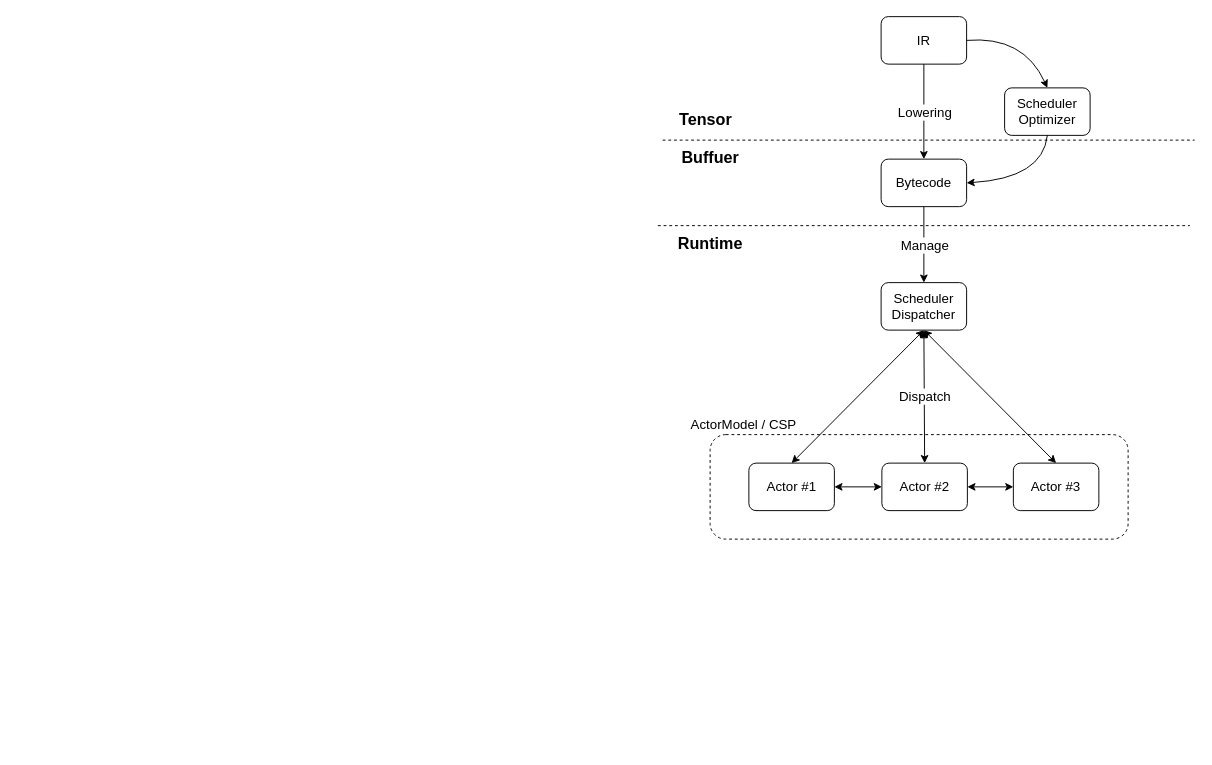
Above: page "flow" (1 of 2) of ir_bytecode_runtime.drawio in Tianyu9748/hello-world (draw.io), before the change. Source tidied: cells renumbered, new cells numbered last; positions are measured from the earlier drawing's top-left corner, leaving out a move shared by most shapes. Both pictures are drawn from the tidied source at 95%, with x=0, y=0 at pixel (657, 16).
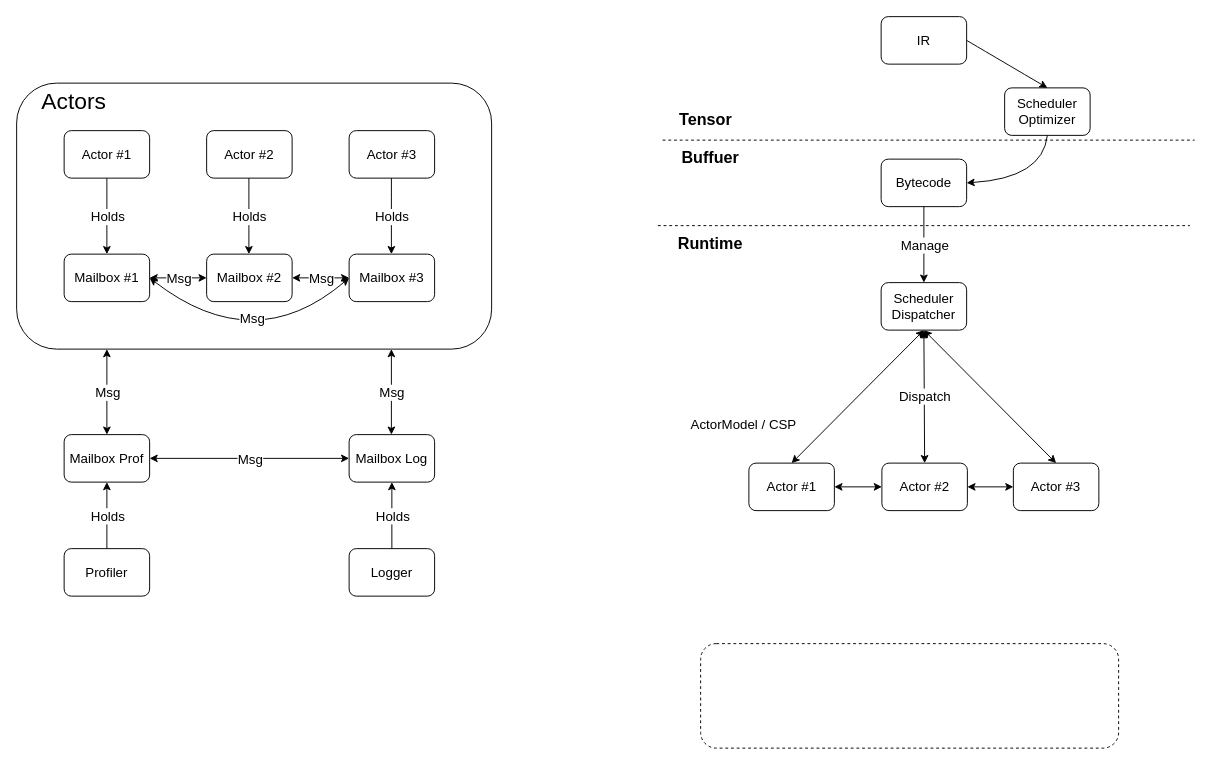
After the change.

The change refers to these unchanged cells:
```xml
<mxCell id="2" value="&lt;font style=&quot;font-size: 14px;&quot;&gt;IR&lt;/font&gt;" style="rounded=1;whiteSpace=wrap;html=1;" parent="1" vertex="1">
  <mxGeometry x="235" width="90" height="50" as="geometry" />
</mxCell>
<mxCell id="3" value="&lt;font style=&quot;font-size: 14px;&quot;&gt;Bytecode&lt;/font&gt;" style="rounded=1;whiteSpace=wrap;html=1;" parent="1" vertex="1">
  <mxGeometry x="235" y="150" width="90" height="50" as="geometry" />
</mxCell>
<mxCell id="16" value="&lt;font style=&quot;font-size: 14px;&quot;&gt;Scheduler&lt;br&gt;Optimizer&lt;/font&gt;" style="rounded=1;whiteSpace=wrap;html=1;" parent="1" vertex="1">
  <mxGeometry x="365" y="75" width="90" height="50" as="geometry" />
</mxCell>
```

The edit, as a diff of the source:
```diff
@@
+    <mxCell id="28" style="rounded=1;whiteSpace=wrap;html=1;fillColor=#FFFFFF;" parent="1" vertex="1">
+      <mxGeometry x="-675" y="70" width="500" height="280" as="geometry" />
+    </mxCell>
@@
     <mxCell id="17" style="curved=1;endArrow=classic;html=1;rounded=0;labelBorderColor=none;fontSize=16;fontColor=#99FFCC;exitX=1;exitY=0.5;exitDx=0;exitDy=0;entryX=0.5;entryY=0;entryDx=0;entryDy=0;" parent="1" edge="1" source="2" target="16">
-      <mxGeometry relative="1" as="geometry">
-        <Array as="points">
-          <mxPoint x="385" y="20" />
-        </Array>
-      </mxGeometry>
+      <mxGeometry relative="1" as="geometry" />
     </mxCell>
-    <mxCell id="18" style="endArrow=classic;rounded=0;fontSize=16;exitX=0.5;exitY=1;exitDx=0;exitDy=0;labelBorderColor=none;html=1;verticalAlign=middle;startArrow=none;startFill=0;" parent="1" edge="1" source="2" target="3">
-      <mxGeometry relative="1" as="geometry" />
+    <mxCell id="18" style="endArrow=classic;rounded=0;fontSize=16;labelBorderColor=none;html=1;verticalAlign=middle;startArrow=none;startFill=0;exitX=0.5;exitY=1;exitDx=0;exitDy=0;entryX=0.5;entryY=0;entryDx=0;entryDy=0;" parent="1" edge="1" source="29" target="32">
+      <mxGeometry relative="1" as="geometry">
+        <Array as="points">
+          <mxPoint x="-580" y="190" />
+        </Array>
+      </mxGeometry>
     </mxCell>
-    <mxCell id="19" value="Lowering" style="edgeLabel;html=1;align=center;verticalAlign=middle;fontSize=14;" parent="18" vertex="1">
+    <mxCell id="19" value="Holds" style="edgeLabel;html=1;align=center;verticalAlign=middle;fontSize=14;" parent="18" vertex="1">
       <mxGeometry relative="1" as="geometry" />
     </mxCell>
@@
     <mxCell id="23" style="rounded=1;whiteSpace=wrap;html=1;fontSize=14;fontColor=#99FFCC;fillColor=none;dashed=1;shadow=0;sketch=0;glass=0;" parent="1" vertex="1">
-      <mxGeometry x="55" y="440" width="440" height="110" as="geometry" />
+      <mxGeometry x="45" y="660" width="440" height="110" as="geometry" />
     </mxCell>
@@
+    <mxCell id="29" value="&lt;font style=&quot;font-size: 14px;&quot;&gt;Actor #1&lt;/font&gt;" style="rounded=1;whiteSpace=wrap;html=1;" parent="1" vertex="1">
+      <mxGeometry x="-625" y="120" width="90" height="50" as="geometry" />
+    </mxCell>
+    <mxCell id="30" value="&lt;font style=&quot;font-size: 14px;&quot;&gt;Actor #2&lt;/font&gt;" style="rounded=1;whiteSpace=wrap;html=1;" parent="1" vertex="1">
+      <mxGeometry x="-475" y="120" width="90" height="50" as="geometry" />
+    </mxCell>
+    <mxCell id="31" value="&lt;font style=&quot;font-size: 14px;&quot;&gt;Actor #3&lt;/font&gt;" style="rounded=1;whiteSpace=wrap;html=1;" parent="1" vertex="1">
+      <mxGeometry x="-325" y="120" width="90" height="50" as="geometry" />
+    </mxCell>
+    <mxCell id="32" value="&lt;font style=&quot;font-size: 14px;&quot;&gt;Mailbox #1&lt;/font&gt;" style="rounded=1;whiteSpace=wrap;html=1;" parent="1" vertex="1">
+      <mxGeometry x="-625" y="250" width="90" height="50" as="geometry" />
+    </mxCell>
+    <mxCell id="33" value="&lt;font style=&quot;font-size: 14px;&quot;&gt;Mailbox #2&lt;/font&gt;" style="rounded=1;whiteSpace=wrap;html=1;" parent="1" vertex="1">
+      <mxGeometry x="-475" y="250" width="90" height="50" as="geometry" />
+    </mxCell>
+    <mxCell id="34" value="&lt;font style=&quot;font-size: 14px;&quot;&gt;Mailbox #3&lt;/font&gt;" style="rounded=1;whiteSpace=wrap;html=1;" parent="1" vertex="1">
+      <mxGeometry x="-325" y="250" width="90" height="50" as="geometry" />
+    </mxCell>
+    <mxCell id="35" style="endArrow=classic;rounded=0;fontSize=16;labelBorderColor=none;html=1;verticalAlign=middle;startArrow=none;startFill=0;exitX=0.5;exitY=1;exitDx=0;exitDy=0;entryX=0.5;entryY=0;entryDx=0;entryDy=0;" parent="1" edge="1">
+      <mxGeometry relative="1" as="geometry">
+        <mxPoint x="-430.5" y="170" as="sourcePoint" />
+        <mxPoint x="-430.5" y="250" as="targetPoint" />
+        <Array as="points">
+          <mxPoint x="-430.5" y="190" />
+        </Array>
+      </mxGeometry>
+    </mxCell>
+    <mxCell id="36" value="Holds" style="edgeLabel;html=1;align=center;verticalAlign=middle;fontSize=14;" parent="35" vertex="1">
+      <mxGeometry relative="1" as="geometry" />
+    </mxCell>
+    <mxCell id="37" style="endArrow=classic;rounded=0;fontSize=16;labelBorderColor=none;html=1;verticalAlign=middle;startArrow=none;startFill=0;exitX=0.5;exitY=1;exitDx=0;exitDy=0;entryX=0.5;entryY=0;entryDx=0;entryDy=0;" parent="1" edge="1">
+      <mxGeometry relative="1" as="geometry">
+        <mxPoint x="-280.5" y="170" as="sourcePoint" />
+        <mxPoint x="-280.5" y="250" as="targetPoint" />
+        <Array as="points">
+          <mxPoint x="-280.5" y="190" />
+        </Array>
+      </mxGeometry>
+    </mxCell>
+    <mxCell id="38" value="Holds" style="edgeLabel;html=1;align=center;verticalAlign=middle;fontSize=14;" parent="37" vertex="1">
+      <mxGeometry relative="1" as="geometry" />
+    </mxCell>
+    <mxCell id="39" style="endArrow=classic;rounded=0;fontSize=16;labelBorderColor=none;html=1;verticalAlign=middle;startArrow=classic;startFill=1;exitX=0;exitY=0.5;exitDx=0;exitDy=0;entryX=1;entryY=0.5;entryDx=0;entryDy=0;" parent="1" edge="1" source="33" target="32">
+      <mxGeometry relative="1" as="geometry" />
+    </mxCell>
+    <mxCell id="40" value="Msg" style="edgeLabel;html=1;align=center;verticalAlign=middle;fontSize=14;" parent="39" vertex="1">
+      <mxGeometry relative="1" as="geometry" />
+    </mxCell>
+    <mxCell id="41" style="endArrow=classic;rounded=0;fontSize=16;labelBorderColor=none;html=1;verticalAlign=middle;startArrow=classic;startFill=1;exitX=0;exitY=0.5;exitDx=0;exitDy=0;entryX=1;entryY=0.5;entryDx=0;entryDy=0;" parent="1" edge="1" source="34" target="33">
+      <mxGeometry relative="1" as="geometry" />
+    </mxCell>
+    <mxCell id="42" value="Msg" style="edgeLabel;html=1;align=center;verticalAlign=middle;fontSize=14;" parent="41" vertex="1">
+      <mxGeometry relative="1" as="geometry" />
+    </mxCell>
+    <mxCell id="43" style="endArrow=classic;fontSize=16;labelBorderColor=none;html=1;verticalAlign=middle;startArrow=classic;startFill=1;entryX=1;entryY=0.5;entryDx=0;entryDy=0;curved=1;exitX=0;exitY=0.5;exitDx=0;exitDy=0;" parent="1" edge="1" source="34" target="32">
+      <mxGeometry relative="1" as="geometry">
+        <Array as="points">
+          <mxPoint x="-425" y="360" />
+        </Array>
+      </mxGeometry>
+    </mxCell>
+    <mxCell id="44" value="&lt;font style=&quot;font-size: 14px;&quot;&gt;Profiler&lt;/font&gt;" style="rounded=1;whiteSpace=wrap;html=1;" parent="1" vertex="1">
+      <mxGeometry x="-625" y="560" width="90" height="50" as="geometry" />
+    </mxCell>
+    <mxCell id="45" value="&lt;font style=&quot;font-size: 14px;&quot;&gt;Mailbox Prof&lt;/font&gt;" style="rounded=1;whiteSpace=wrap;html=1;" parent="1" vertex="1">
+      <mxGeometry x="-625" y="440" width="90" height="50" as="geometry" />
+    </mxCell>
+    <mxCell id="46" value="&lt;font style=&quot;font-size: 14px;&quot;&gt;Logger&lt;/font&gt;" style="rounded=1;whiteSpace=wrap;html=1;" parent="1" vertex="1">
+      <mxGeometry x="-325" y="560" width="90" height="50" as="geometry" />
+    </mxCell>
+    <mxCell id="47" value="&lt;font style=&quot;font-size: 14px;&quot;&gt;Mailbox Log&lt;/font&gt;" style="rounded=1;whiteSpace=wrap;html=1;" parent="1" vertex="1">
+      <mxGeometry x="-325" y="440" width="90" height="50" as="geometry" />
+    </mxCell>
+    <mxCell id="48" style="endArrow=classic;rounded=0;fontSize=16;labelBorderColor=none;html=1;verticalAlign=middle;startArrow=none;startFill=0;exitX=0.5;exitY=0;exitDx=0;exitDy=0;entryX=0.5;entryY=1;entryDx=0;entryDy=0;" parent="1" edge="1" source="44" target="45">
+      <mxGeometry relative="1" as="geometry" />
+    </mxCell>
+    <mxCell id="49" value="Holds" style="edgeLabel;html=1;align=center;verticalAlign=middle;fontSize=14;" parent="48" vertex="1">
+      <mxGeometry relative="1" as="geometry" />
+    </mxCell>
+    <mxCell id="50" style="endArrow=classic;rounded=0;fontSize=16;labelBorderColor=none;html=1;verticalAlign=middle;startArrow=none;startFill=0;exitX=0.5;exitY=0;exitDx=0;exitDy=0;entryX=0.5;entryY=1;entryDx=0;entryDy=0;" parent="1" edge="1" source="46" target="47">
+      <mxGeometry relative="1" as="geometry" />
+    </mxCell>
+    <mxCell id="51" value="Holds" style="edgeLabel;html=1;align=center;verticalAlign=middle;fontSize=14;" parent="50" vertex="1">
+      <mxGeometry relative="1" as="geometry" />
+    </mxCell>
+    <mxCell id="52" value="Msg" style="edgeLabel;html=1;align=center;verticalAlign=middle;fontSize=14;" parent="1" vertex="1">
+      <mxGeometry x="-335" y="290" as="geometry">
+        <mxPoint x="-93" y="27" as="offset" />
+      </mxGeometry>
+    </mxCell>
+    <mxCell id="53" value="&lt;font style=&quot;font-size: 24px;&quot;&gt;Actors&lt;/font&gt;" style="text;html=1;align=center;verticalAlign=middle;strokeColor=none;fillColor=none;" parent="1" vertex="1">
+      <mxGeometry x="-655" y="80" width="80" height="20" as="geometry" />
+    </mxCell>
+    <mxCell id="54" style="endArrow=classic;rounded=0;fontSize=16;labelBorderColor=none;html=1;verticalAlign=middle;startArrow=classic;startFill=1;exitX=0.5;exitY=0;exitDx=0;exitDy=0;" parent="1" edge="1" source="45">
+      <mxGeometry relative="1" as="geometry">
+        <mxPoint x="-580" y="350" as="targetPoint" />
+      </mxGeometry>
+    </mxCell>
+    <mxCell id="55" value="Msg" style="edgeLabel;html=1;align=center;verticalAlign=middle;fontSize=14;" parent="54" vertex="1">
+      <mxGeometry relative="1" as="geometry" />
+    </mxCell>
+    <mxCell id="56" style="endArrow=classic;rounded=0;fontSize=16;labelBorderColor=none;html=1;verticalAlign=middle;startArrow=classic;startFill=1;exitX=0;exitY=0.5;exitDx=0;exitDy=0;entryX=1;entryY=0.5;entryDx=0;entryDy=0;" parent="1" edge="1" source="47" target="45">
+      <mxGeometry relative="1" as="geometry" />
+    </mxCell>
+    <mxCell id="57" value="Msg" style="edgeLabel;html=1;align=center;verticalAlign=middle;fontSize=14;" parent="56" vertex="1">
+      <mxGeometry relative="1" as="geometry" />
+    </mxCell>
+    <mxCell id="58" style="endArrow=classic;rounded=0;fontSize=16;labelBorderColor=none;html=1;verticalAlign=middle;startArrow=classic;startFill=1;exitX=0.5;exitY=0;exitDx=0;exitDy=0;" parent="1" edge="1">
+      <mxGeometry relative="1" as="geometry">
+        <mxPoint x="-280.5" y="440" as="sourcePoint" />
+        <mxPoint x="-280.5" y="350" as="targetPoint" />
+      </mxGeometry>
+    </mxCell>
+    <mxCell id="59" value="Msg" style="edgeLabel;html=1;align=center;verticalAlign=middle;fontSize=14;" parent="58" vertex="1">
+      <mxGeometry relative="1" as="geometry" />
+    </mxCell>
```
